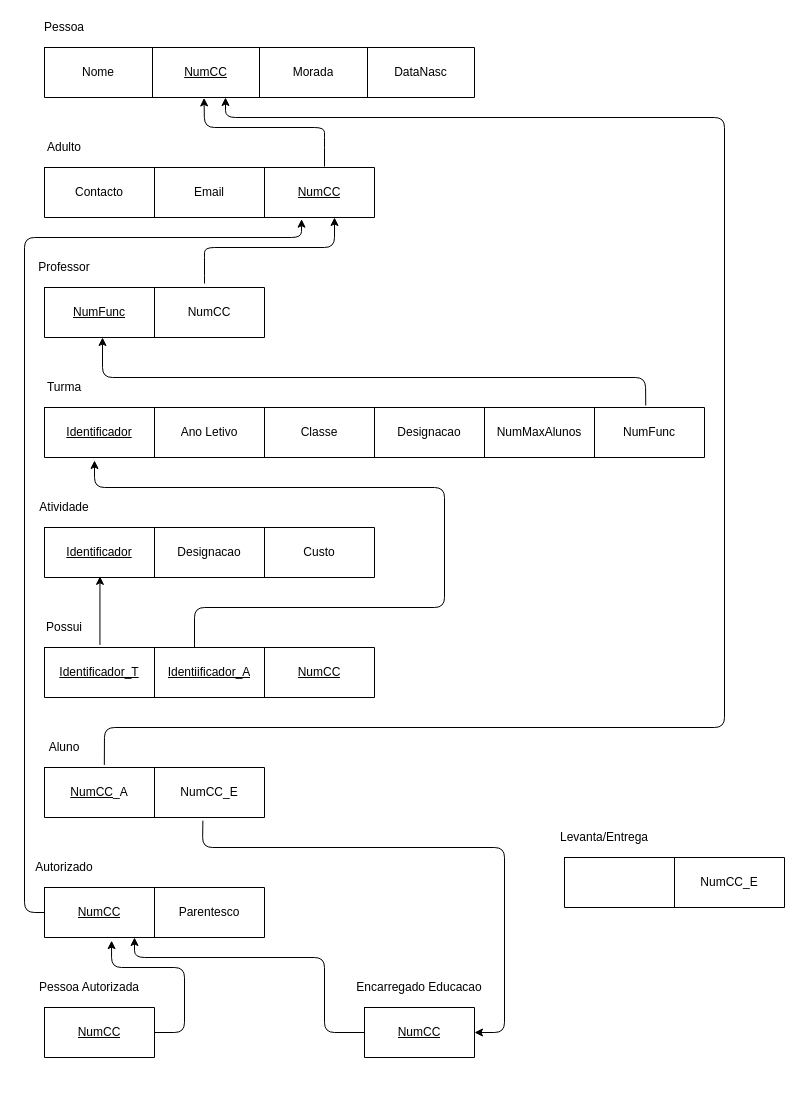
The draw.io diagram G03/ex3.drawio in ahridesu/guioes-BD, before the edit. Source tidied: cells renumbered, new cells numbered last; positions are measured from the earlier drawing's top-left corner, leaving out a move shared by most shapes. Both pictures are drawn from the tidied source at 100%, with x=0, y=0 at pixel (24, 17).
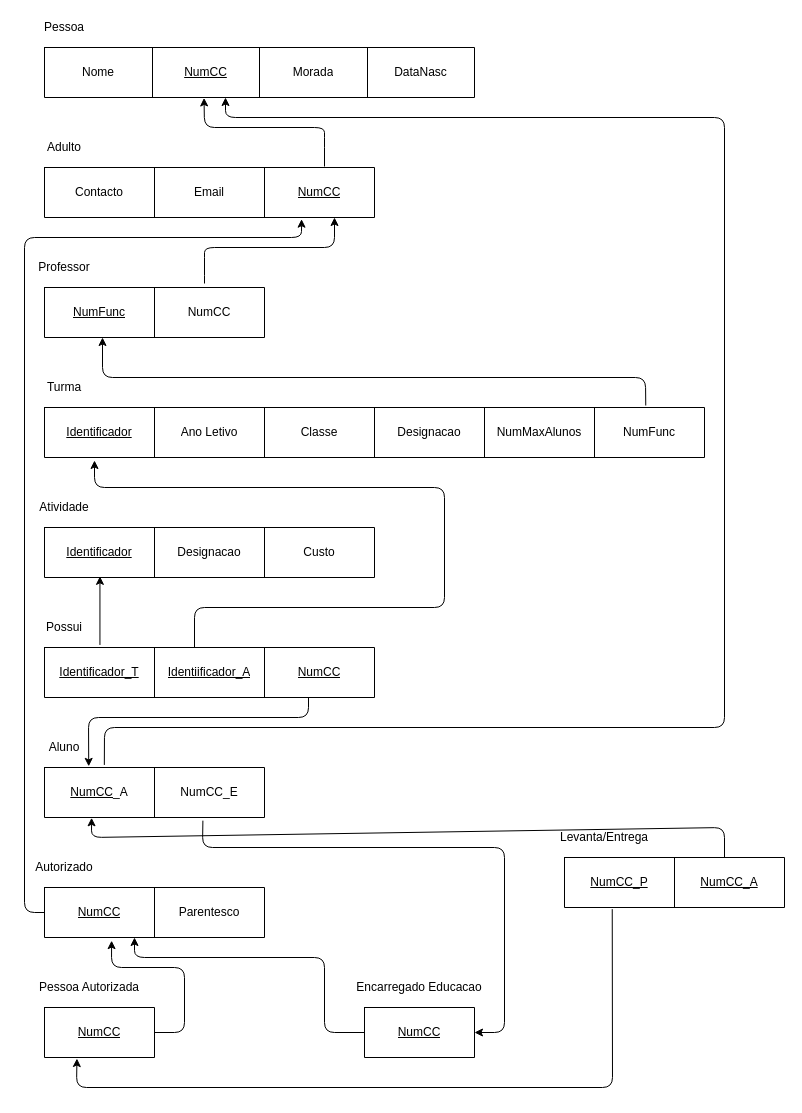
Above is the later version.

Unchanged cells that the change refers to:
```xml
<mxCell id="39" style="shape=partialRectangle;html=1;whiteSpace=wrap;fillColor=none;top=0;left=0;bottom=0;right=0;points=[[0,0.5],[1,0.5]];portConstraint=eastwest;" parent="38" vertex="1">
  <mxGeometry width="330" height="50" as="geometry" />
</mxCell>
<mxCell id="48" style="shape=partialRectangle;html=1;whiteSpace=wrap;fillColor=none;top=0;left=0;bottom=0;right=0;points=[[0,0.5],[1,0.5]];portConstraint=eastwest;" parent="47" vertex="1">
  <mxGeometry width="220" height="50" as="geometry" />
</mxCell>
<mxCell id="59" style="shape=partialRectangle;html=1;whiteSpace=wrap;fillColor=none;top=0;left=0;bottom=0;right=0;points=[[0,0.5],[1,0.5]];portConstraint=eastwest;" parent="58" vertex="1">
  <mxGeometry width="110" height="50" as="geometry" />
</mxCell>
<mxCell id="70" style="shape=partialRectangle;html=1;whiteSpace=wrap;fillColor=none;top=0;left=0;bottom=0;right=0;points=[[0,0.5],[1,0.5]];portConstraint=eastwest;" parent="69" vertex="1">
  <mxGeometry width="220" height="50" as="geometry" />
</mxCell>
```

What changed in the source:
```diff
@@
-    <mxCell id="71" style="shape=partialRectangle;html=1;whiteSpace=wrap;overflow=hidden;fillColor=none;top=0;left=0;bottom=0;right=0;" parent="70" vertex="1">
+    <mxCell id="71" value="&lt;u&gt;NumCC_P&lt;/u&gt;" style="shape=partialRectangle;html=1;whiteSpace=wrap;overflow=hidden;fillColor=none;top=0;left=0;bottom=0;right=0;" parent="70" vertex="1">
       <mxGeometry width="110" height="50" as="geometry" />
     </mxCell>
-    <mxCell id="72" value="NumCC_E" style="shape=partialRectangle;html=1;whiteSpace=wrap;overflow=hidden;fillColor=none;top=0;left=0;bottom=0;right=0;" parent="70" vertex="1">
+    <mxCell id="72" value="&lt;u&gt;NumCC_A&lt;/u&gt;" style="shape=partialRectangle;html=1;whiteSpace=wrap;overflow=hidden;fillColor=none;top=0;left=0;bottom=0;right=0;" parent="70" vertex="1">
       <mxGeometry x="110" width="110" height="50" as="geometry" />
     </mxCell>
@@
+    <mxCell id="74" style="endArrow=classic;html=1;exitX=0.217;exitY=1.033;exitDx=0;exitDy=0;exitPerimeter=0;entryX=0.295;entryY=1.021;entryDx=0;entryDy=0;entryPerimeter=0;" parent="1" edge="1" source="70" target="59">
+      <mxGeometry relative="1" as="geometry">
+        <Array as="points">
+          <mxPoint x="588" y="1070" />
+          <mxPoint x="52" y="1070" />
+        </Array>
+      </mxGeometry>
+    </mxCell>
+    <mxCell id="75" style="endArrow=classic;html=1;exitX=0.8;exitY=1.006;exitDx=0;exitDy=0;exitPerimeter=0;entryX=0.201;entryY=-0.023;entryDx=0;entryDy=0;entryPerimeter=0;" parent="1" edge="1" source="39" target="48">
+      <mxGeometry relative="1" as="geometry">
+        <Array as="points">
+          <mxPoint x="284" y="700" />
+          <mxPoint x="64" y="700" />
+        </Array>
+      </mxGeometry>
+    </mxCell>
+    <mxCell id="76" style="endArrow=classic;html=1;entryX=0.214;entryY=1.006;entryDx=0;entryDy=0;entryPerimeter=0;" parent="1" edge="1" target="48">
+      <mxGeometry relative="1" as="geometry">
+        <mxPoint x="700" y="840" as="sourcePoint" />
+        <Array as="points">
+          <mxPoint x="700" y="810" />
+          <mxPoint x="67" y="820" />
+        </Array>
+      </mxGeometry>
+    </mxCell>
```
